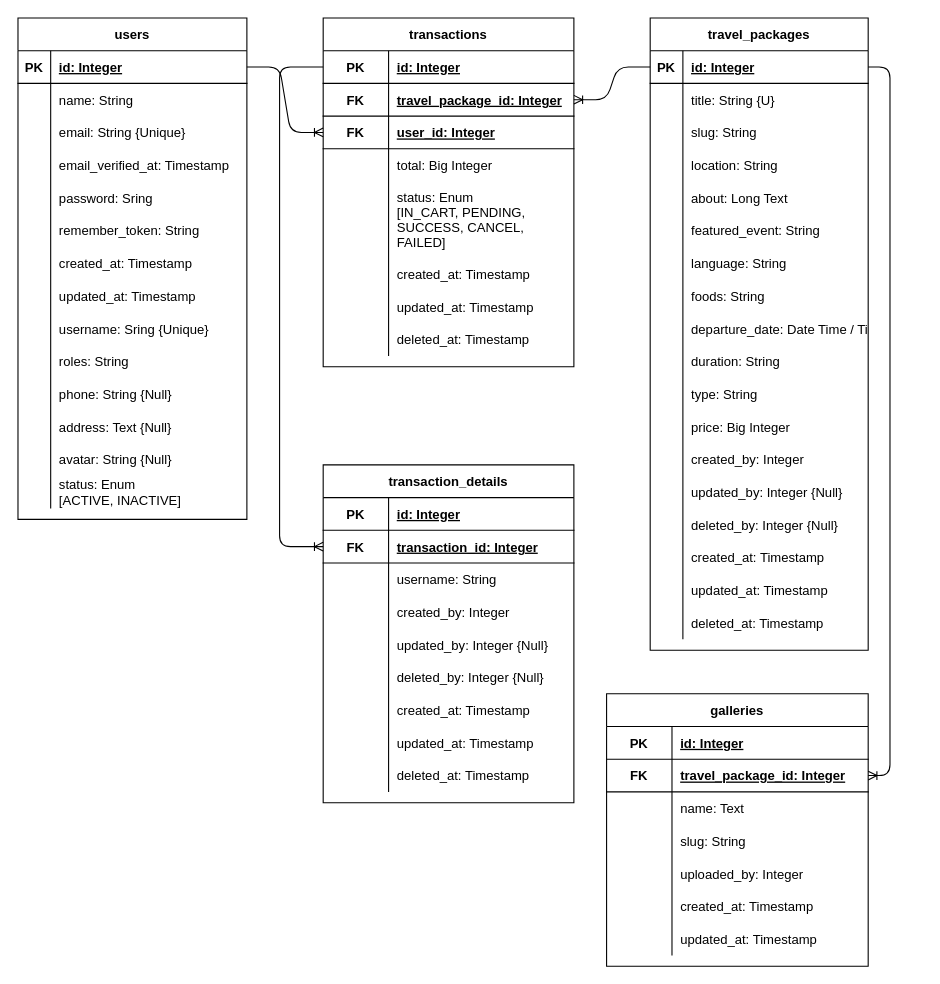
The draw.io diagram erd.drawio in luckyman1004/Travel_Laravel, before the edit. Source tidied: cells renumbered, new cells numbered last; positions are measured from the earlier drawing's top-left corner, leaving out a move shared by most shapes. Both pictures are drawn from the tidied source at 109%, with x=0, y=0 at pixel (17, 17).
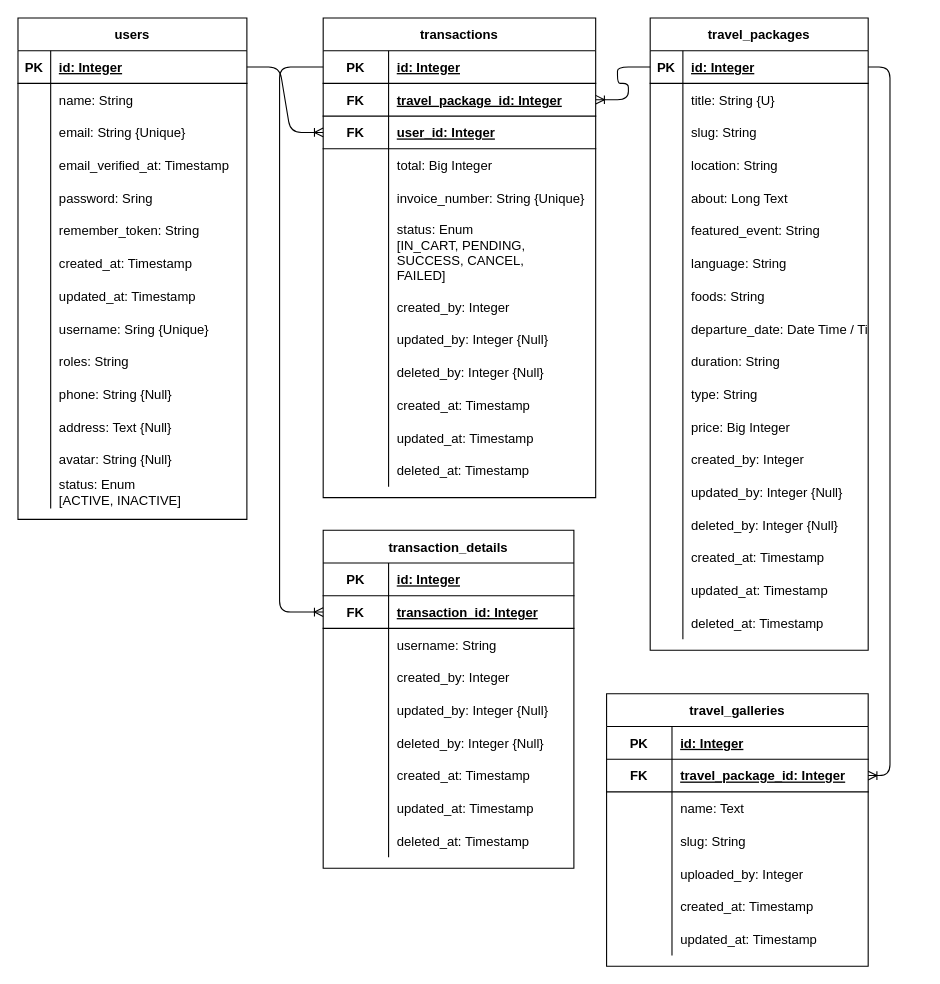
The same diagram, later.

The edit, as a diff of the source:
```diff
@@
-    <mxCell id="100" value="galleries" style="shape=table;startSize=30;childLayout=tableLayout;rowLines=0;fontStyle=1;align=center;fillColor=none;" parent="1" vertex="1">
+    <mxCell id="100" value="travel_galleries" style="shape=table;startSize=30;childLayout=tableLayout;rowLines=0;fontStyle=1;align=center;fillColor=none;" parent="1" vertex="1">
       <mxGeometry x="540" y="620" width="240" height="250" as="geometry" />
     </mxCell>
@@
     <mxCell id="122" value="transactions" style="shape=table;startSize=30;childLayout=tableLayout;rowLines=0;fontStyle=1;align=center;fillColor=none;" parent="1" vertex="1">
-      <mxGeometry x="280" width="230" height="320" as="geometry" />
+      <mxGeometry x="280" width="250" height="440" as="geometry" />
     </mxCell>
     <mxCell id="123" style="shape=partialRectangle;fillColor=none;top=0;left=0;bottom=1;right=0;points=[[0,0.5],[1,0.5]];portConstraint=eastwest;" parent="122" vertex="1">
-      <mxGeometry y="30" width="230" height="30" as="geometry" />
+      <mxGeometry y="30" width="250" height="30" as="geometry" />
     </mxCell>
@@
     <mxCell id="125" value="id: Integer" style="shape=partialRectangle;fillColor=none;top=0;left=0;bottom=0;right=0;align=left;spacingLeft=6;fontStyle=5;overflow=hidden;" parent="123" vertex="1">
-      <mxGeometry x="60" width="170" height="30" as="geometry" />
+      <mxGeometry x="60" width="190" height="30" as="geometry" />
     </mxCell>
     <mxCell id="126" style="shape=partialRectangle;fillColor=none;top=0;left=0;bottom=1;right=0;points=[[0,0.5],[1,0.5]];portConstraint=eastwest;" parent="122" vertex="1">
-      <mxGeometry y="60" width="230" height="30" as="geometry" />
+      <mxGeometry y="60" width="250" height="30" as="geometry" />
     </mxCell>
@@
     <mxCell id="128" value="travel_package_id: Integer" style="shape=partialRectangle;fillColor=none;top=0;left=0;bottom=0;right=0;align=left;spacingLeft=6;fontStyle=5;overflow=hidden;" parent="126" vertex="1">
-      <mxGeometry x="60" width="170" height="30" as="geometry" />
+      <mxGeometry x="60" width="190" height="30" as="geometry" />
     </mxCell>
     <mxCell id="129" style="shape=partialRectangle;fillColor=none;top=0;left=0;bottom=1;right=0;points=[[0,0.5],[1,0.5]];portConstraint=eastwest;" parent="122" vertex="1">
-      <mxGeometry y="90" width="230" height="30" as="geometry" />
+      <mxGeometry y="90" width="250" height="30" as="geometry" />
     </mxCell>
@@
     <mxCell id="131" value="user_id: Integer" style="shape=partialRectangle;fillColor=none;top=0;left=0;bottom=0;right=0;align=left;spacingLeft=6;fontStyle=5;overflow=hidden;" parent="129" vertex="1">
-      <mxGeometry x="60" width="170" height="30" as="geometry" />
+      <mxGeometry x="60" width="190" height="30" as="geometry" />
     </mxCell>
     <mxCell id="132" style="shape=partialRectangle;fillColor=none;top=0;left=0;bottom=0;right=0;" parent="122" vertex="1">
-      <mxGeometry y="120" width="230" height="30" as="geometry" />
+      <mxGeometry y="120" width="250" height="30" as="geometry" />
     </mxCell>
@@
     <mxCell id="134" value="total: Big Integer" style="shape=partialRectangle;fillColor=none;top=0;left=0;bottom=0;right=0;align=left;spacingLeft=6;overflow=hidden;" parent="132" vertex="1">
-      <mxGeometry x="60" width="170" height="30" as="geometry" />
+      <mxGeometry x="60" width="190" height="30" as="geometry" />
     </mxCell>
+    <mxCell id="179" style="shape=partialRectangle;fillColor=none;top=0;left=0;bottom=0;right=0;" parent="122" vertex="1">
+      <mxGeometry y="150" width="250" height="30" as="geometry" />
+    </mxCell>
+    <mxCell id="180" style="shape=partialRectangle;fillColor=none;top=0;left=0;bottom=0;right=0;overflow=hidden;" parent="179" vertex="1">
+      <mxGeometry width="60" height="30" as="geometry" />
+    </mxCell>
+    <mxCell id="181" value="invoice_number: String {Unique}" style="shape=partialRectangle;fillColor=none;top=0;left=0;bottom=0;right=0;align=left;spacingLeft=6;overflow=hidden;" parent="179" vertex="1">
+      <mxGeometry x="60" width="190" height="30" as="geometry" />
+    </mxCell>
     <mxCell id="135" style="shape=partialRectangle;fillColor=none;top=0;left=0;bottom=0;right=0;" parent="122" vertex="1">
-      <mxGeometry y="150" width="230" height="70" as="geometry" />
+      <mxGeometry y="180" width="250" height="70" as="geometry" />
     </mxCell>
@@
     <mxCell id="137" value="status: Enum&#10;[IN_CART, PENDING,&#10;SUCCESS, CANCEL,&#10;FAILED]" style="shape=partialRectangle;fillColor=none;top=0;left=0;bottom=0;right=0;align=left;spacingLeft=6;overflow=hidden;" parent="135" vertex="1">
-      <mxGeometry x="60" width="170" height="70" as="geometry" />
+      <mxGeometry x="60" width="190" height="70" as="geometry" />
     </mxCell>
+    <mxCell id="182" style="shape=partialRectangle;fillColor=none;top=0;left=0;bottom=0;right=0;" parent="122" vertex="1">
+      <mxGeometry y="250" width="250" height="30" as="geometry" />
+    </mxCell>
+    <mxCell id="183" style="shape=partialRectangle;fillColor=none;top=0;left=0;bottom=0;right=0;overflow=hidden;" parent="182" vertex="1">
+      <mxGeometry width="60" height="30" as="geometry" />
+    </mxCell>
+    <mxCell id="184" value="created_by: Integer" style="shape=partialRectangle;fillColor=none;top=0;left=0;bottom=0;right=0;align=left;spacingLeft=6;overflow=hidden;" parent="182" vertex="1">
+      <mxGeometry x="60" width="190" height="30" as="geometry" />
+    </mxCell>
+    <mxCell id="185" style="shape=partialRectangle;fillColor=none;top=0;left=0;bottom=0;right=0;" parent="122" vertex="1">
+      <mxGeometry y="280" width="250" height="30" as="geometry" />
+    </mxCell>
+    <mxCell id="186" style="shape=partialRectangle;fillColor=none;top=0;left=0;bottom=0;right=0;overflow=hidden;" parent="185" vertex="1">
+      <mxGeometry width="60" height="30" as="geometry" />
+    </mxCell>
+    <mxCell id="187" value="updated_by: Integer {Null}" style="shape=partialRectangle;fillColor=none;top=0;left=0;bottom=0;right=0;align=left;spacingLeft=6;overflow=hidden;" parent="185" vertex="1">
+      <mxGeometry x="60" width="190" height="30" as="geometry" />
+    </mxCell>
+    <mxCell id="188" style="shape=partialRectangle;fillColor=none;top=0;left=0;bottom=0;right=0;" parent="122" vertex="1">
+      <mxGeometry y="310" width="250" height="30" as="geometry" />
+    </mxCell>
+    <mxCell id="189" style="shape=partialRectangle;fillColor=none;top=0;left=0;bottom=0;right=0;overflow=hidden;" parent="188" vertex="1">
+      <mxGeometry width="60" height="30" as="geometry" />
+    </mxCell>
+    <mxCell id="190" value="deleted_by: Integer {Null}" style="shape=partialRectangle;fillColor=none;top=0;left=0;bottom=0;right=0;align=left;spacingLeft=6;overflow=hidden;" parent="188" vertex="1">
+      <mxGeometry x="60" width="190" height="30" as="geometry" />
+    </mxCell>
     <mxCell id="138" style="shape=partialRectangle;fillColor=none;top=0;left=0;bottom=0;right=0;" parent="122" vertex="1">
-      <mxGeometry y="220" width="230" height="30" as="geometry" />
+      <mxGeometry y="340" width="250" height="30" as="geometry" />
     </mxCell>
@@
     <mxCell id="140" value="created_at: Timestamp" style="shape=partialRectangle;fillColor=none;top=0;left=0;bottom=0;right=0;align=left;spacingLeft=6;overflow=hidden;" parent="138" vertex="1">
-      <mxGeometry x="60" width="170" height="30" as="geometry" />
+      <mxGeometry x="60" width="190" height="30" as="geometry" />
     </mxCell>
     <mxCell id="141" style="shape=partialRectangle;fillColor=none;top=0;left=0;bottom=0;right=0;" parent="122" vertex="1">
-      <mxGeometry y="250" width="230" height="30" as="geometry" />
+      <mxGeometry y="370" width="250" height="30" as="geometry" />
     </mxCell>
@@
     <mxCell id="143" value="updated_at: Timestamp" style="shape=partialRectangle;fillColor=none;top=0;left=0;bottom=0;right=0;align=left;spacingLeft=6;overflow=hidden;" parent="141" vertex="1">
-      <mxGeometry x="60" width="170" height="30" as="geometry" />
+      <mxGeometry x="60" width="190" height="30" as="geometry" />
     </mxCell>
     <mxCell id="144" style="shape=partialRectangle;fillColor=none;top=0;left=0;bottom=0;right=0;" parent="122" vertex="1">
-      <mxGeometry y="280" width="230" height="30" as="geometry" />
+      <mxGeometry y="400" width="250" height="30" as="geometry" />
     </mxCell>
@@
     <mxCell id="146" value="deleted_at: Timestamp" style="shape=partialRectangle;fillColor=none;top=0;left=0;bottom=0;right=0;align=left;spacingLeft=6;overflow=hidden;" parent="144" vertex="1">
-      <mxGeometry x="60" width="170" height="30" as="geometry" />
+      <mxGeometry x="60" width="190" height="30" as="geometry" />
     </mxCell>
     <mxCell id="147" value="transaction_details" style="shape=table;startSize=30;childLayout=tableLayout;rowLines=0;fontStyle=1;align=center;fillColor=none;" parent="1" vertex="1">
-      <mxGeometry x="280" y="410" width="230" height="310" as="geometry" />
+      <mxGeometry x="280" y="470" width="230" height="310" as="geometry" />
     </mxCell>
```
